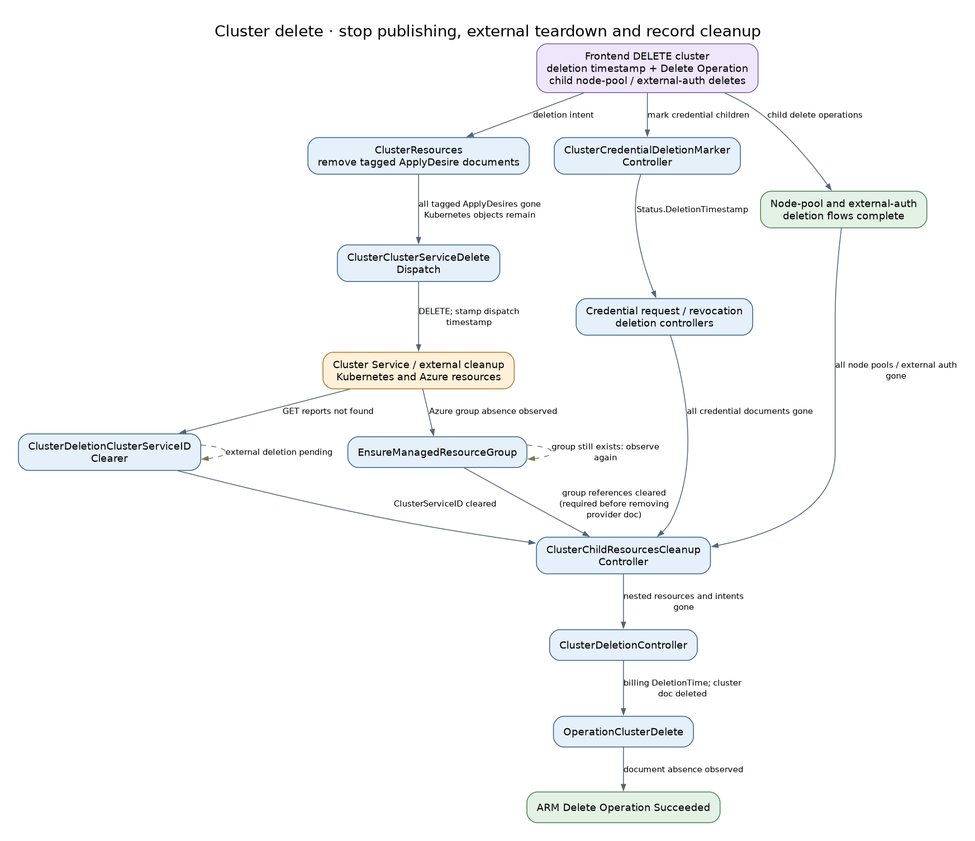
Earlier version of the Graphviz export docs/diagrams/controller-flows/cluster-delete.png (Azure/ARO-HCP). Its source is kept beside it as docs/diagrams/controller-flows/cluster-delete.dot.
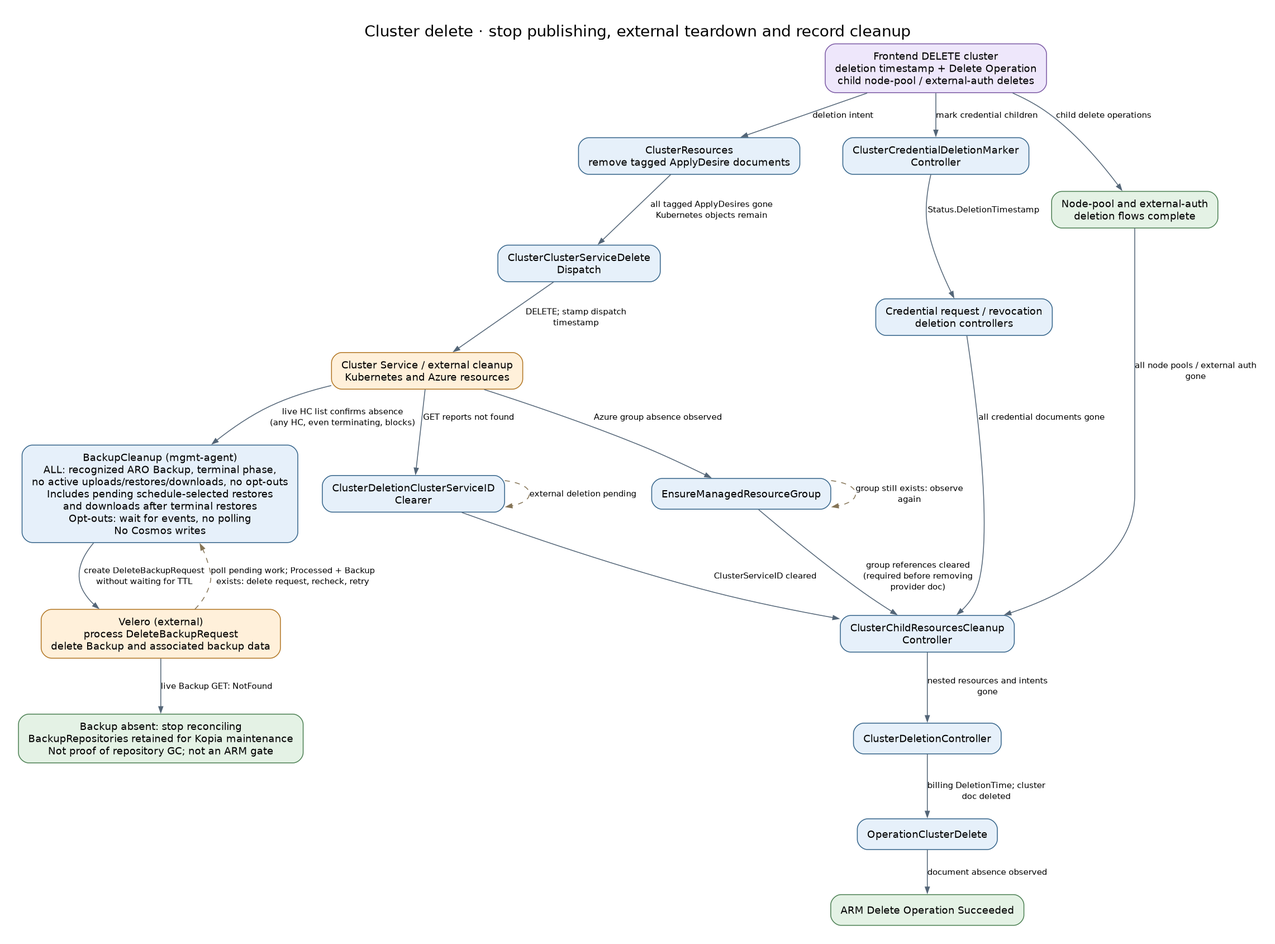
Later version of the same file.

The edit, as a diff of the source:
```diff
@@ -15,10 +15,17 @@
   final [label="ClusterDeletionController", fillcolor="#e6f0fa", color="#35648a"];
   op [label="OperationClusterDelete", fillcolor="#e6f0fa", color="#35648a"];
   done [label="ARM Delete Operation Succeeded", fillcolor="#e4f2e5", color="#4c8053"];
+  backups [label="BackupCleanup (mgmt-agent)\nALL: recognized ARO Backup, terminal phase,\nno active uploads/restores/downloads, no opt-outs\nIncludes pending schedule-selected restores\nand downloads after terminal restores\nOpt-outs: wait for events, no polling\nNo Cosmos writes", fillcolor="#e6f0fa", color="#35648a"];
+  velero [label="Velero (external)\nprocess DeleteBackupRequest\ndelete Backup and associated backup data", fillcolor="#fff0da", color="#b27624"];
+  retained [label="Backup absent: stop reconciling\nBackupRepositories retained for Kopia maintenance\nNot proof of repository GC; not an ARM gate", fillcolor="#e4f2e5", color="#4c8053"];
   delete -> resources [label="deletion intent"];
   resources -> dispatch [label="all tagged ApplyDesires gone\nKubernetes objects remain"];
   dispatch -> cs [label="DELETE; stamp dispatch\ntimestamp"];
   cs -> clear [label="GET reports not found"];
+  cs -> backups [label="live HC list confirms absence\n(any HC, even terminating, blocks)"];
+  backups -> velero [label="create DeleteBackupRequest\nwithout waiting for TTL"];
+  velero -> backups [label="poll pending work; Processed + Backup\nexists: delete request, recheck, retry", style=dashed, color="#857456"];
+  velero -> retained [label="live Backup GET: NotFound"];
   delete -> marker [label="mark credential children"];
   marker -> credentials [label="Status.DeletionTimestamp"];
   delete -> children [label="child delete operations"];
```
